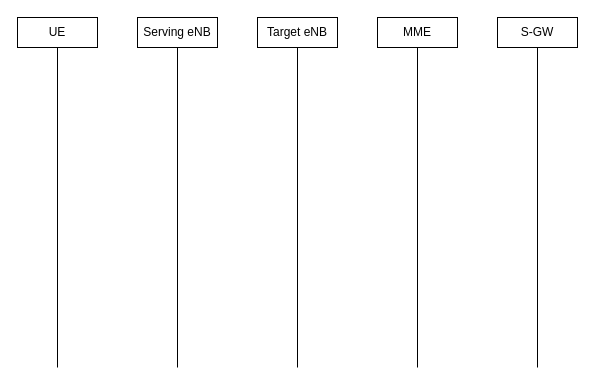
Earlier version of the draw.io diagram screepsweet/4G Diagram.drawio (fajarmhr/drawiodump). Source tidied: cells renumbered, new cells numbered last; positions are measured from the earlier drawing's top-left corner, leaving out a move shared by most shapes. Both pictures are drawn from the tidied source at 100%, with x=0, y=0 at pixel (17, 17).
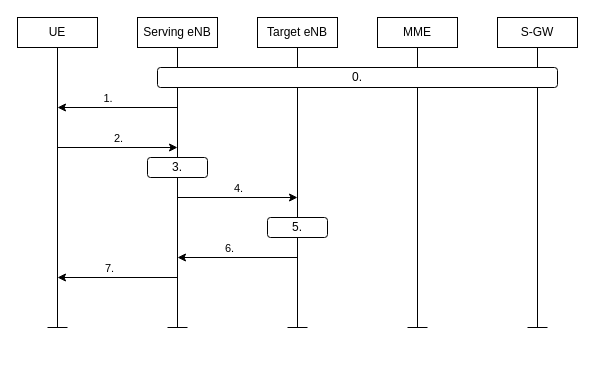
Above is the later version.

The change refers to these unchanged cells:
```xml
<mxCell id="7" value="S-GW" style="rounded=0;whiteSpace=wrap;html=1;" parent="1" vertex="1">
  <mxGeometry x="480" width="80" height="30" as="geometry" />
</mxCell>
```

The edit, as a diff of the source:
```diff
@@
     <mxCell id="2" style="endArrow=none;html=1;rounded=0;" parent="1" edge="1">
       <mxGeometry relative="1" as="geometry">
-        <mxPoint x="40" y="350" as="sourcePoint" />
+        <mxPoint x="40" y="310" as="sourcePoint" />
         <mxPoint x="40" y="30" as="targetPoint" />
       </mxGeometry>
     </mxCell>
     <mxCell id="3" style="endArrow=none;html=1;rounded=0;" parent="1" edge="1">
       <mxGeometry relative="1" as="geometry">
-        <mxPoint x="160" y="350" as="sourcePoint" />
+        <mxPoint x="160" y="310" as="sourcePoint" />
         <mxPoint x="160" y="30" as="targetPoint" />
       </mxGeometry>
     </mxCell>
     <mxCell id="4" style="endArrow=none;html=1;rounded=0;" parent="1" edge="1" target="7">
       <mxGeometry relative="1" as="geometry">
-        <mxPoint x="520" y="350" as="sourcePoint" />
+        <mxPoint x="520" y="310" as="sourcePoint" />
       </mxGeometry>
     </mxCell>
     <mxCell id="5" style="endArrow=none;html=1;rounded=0;" parent="1" edge="1">
       <mxGeometry relative="1" as="geometry">
-        <mxPoint x="400" y="350" as="sourcePoint" />
+        <mxPoint x="400" y="310" as="sourcePoint" />
         <mxPoint x="400" y="30" as="targetPoint" />
       </mxGeometry>
     </mxCell>
     <mxCell id="6" style="endArrow=none;html=1;rounded=0;" parent="1" edge="1">
       <mxGeometry relative="1" as="geometry">
-        <mxPoint x="280" y="350" as="sourcePoint" />
+        <mxPoint x="280" y="310" as="sourcePoint" />
         <mxPoint x="280" y="30" as="targetPoint" />
       </mxGeometry>
     </mxCell>
@@
+    <mxCell id="12" value="0." style="rounded=1;whiteSpace=wrap;html=1;" parent="1" vertex="1">
+      <mxGeometry x="140" y="50" width="400" height="20" as="geometry" />
+    </mxCell>
+    <mxCell id="13" style="endArrow=classic;html=1;rounded=0;" parent="1" edge="1">
+      <mxGeometry relative="1" as="geometry">
+        <mxPoint x="160" y="90" as="sourcePoint" />
+        <mxPoint x="40" y="90" as="targetPoint" />
+      </mxGeometry>
+    </mxCell>
+    <mxCell id="14" value="1.&amp;nbsp;" style="edgeLabel;html=1;align=center;verticalAlign=middle;" parent="13" vertex="1">
+      <mxGeometry x="0.34" y="-1" relative="1" as="geometry">
+        <mxPoint x="11" y="-9" as="offset" />
+      </mxGeometry>
+    </mxCell>
+    <mxCell id="15" style="endArrow=classic;html=1;rounded=0;" parent="1" edge="1">
+      <mxGeometry relative="1" as="geometry">
+        <mxPoint x="40" y="130" as="sourcePoint" />
+        <mxPoint x="160" y="130" as="targetPoint" />
+      </mxGeometry>
+    </mxCell>
+    <mxCell id="16" value="2." style="edgeLabel;html=1;align=center;verticalAlign=middle;" parent="15" vertex="1">
+      <mxGeometry x="0.36" y="-1" relative="1" as="geometry">
+        <mxPoint x="-22" y="-11" as="offset" />
+      </mxGeometry>
+    </mxCell>
+    <mxCell id="17" value="3." style="rounded=1;whiteSpace=wrap;html=1;" parent="1" vertex="1">
+      <mxGeometry x="130" y="140" width="60" height="20" as="geometry" />
+    </mxCell>
+    <mxCell id="18" style="endArrow=classic;html=1;rounded=0;" parent="1" edge="1">
+      <mxGeometry relative="1" as="geometry">
+        <mxPoint x="160" y="180" as="sourcePoint" />
+        <mxPoint x="280" y="180" as="targetPoint" />
+      </mxGeometry>
+    </mxCell>
+    <mxCell id="19" value="4." style="edgeLabel;html=1;align=center;verticalAlign=middle;" parent="18" vertex="1">
+      <mxGeometry x="0.36" y="-1" relative="1" as="geometry">
+        <mxPoint x="-22" y="-11" as="offset" />
+      </mxGeometry>
+    </mxCell>
+    <mxCell id="20" style="endArrow=classic;html=1;rounded=0;" parent="1" edge="1">
+      <mxGeometry relative="1" as="geometry">
+        <mxPoint x="280" y="240" as="sourcePoint" />
+        <mxPoint x="160" y="240" as="targetPoint" />
+      </mxGeometry>
+    </mxCell>
+    <mxCell id="21" value="6." style="edgeLabel;html=1;align=center;verticalAlign=middle;" parent="20" vertex="1">
+      <mxGeometry x="0.34" y="-1" relative="1" as="geometry">
+        <mxPoint x="11" y="-9" as="offset" />
+      </mxGeometry>
+    </mxCell>
+    <mxCell id="22" value="5." style="rounded=1;whiteSpace=wrap;html=1;" parent="1" vertex="1">
+      <mxGeometry x="250" y="200" width="60" height="20" as="geometry" />
+    </mxCell>
+    <mxCell id="23" style="endArrow=classic;html=1;rounded=0;" parent="1" edge="1">
+      <mxGeometry relative="1" as="geometry">
+        <mxPoint x="160" y="260" as="sourcePoint" />
+        <mxPoint x="40" y="260" as="targetPoint" />
+      </mxGeometry>
+    </mxCell>
+    <mxCell id="24" value="7." style="edgeLabel;html=1;align=center;verticalAlign=middle;" parent="23" vertex="1">
+      <mxGeometry x="0.34" y="-1" relative="1" as="geometry">
+        <mxPoint x="11" y="-9" as="offset" />
+      </mxGeometry>
+    </mxCell>
+    <mxCell id="25" style="endArrow=none;html=1;rounded=0;" parent="1" edge="1">
+      <mxGeometry relative="1" as="geometry">
+        <mxPoint x="30" y="310" as="sourcePoint" />
+        <mxPoint x="50" y="310" as="targetPoint" />
+      </mxGeometry>
+    </mxCell>
+    <mxCell id="26" style="endArrow=none;html=1;rounded=0;" parent="1" edge="1">
+      <mxGeometry relative="1" as="geometry">
+        <mxPoint x="150" y="310" as="sourcePoint" />
+        <mxPoint x="170" y="310" as="targetPoint" />
+      </mxGeometry>
+    </mxCell>
+    <mxCell id="27" style="endArrow=none;html=1;rounded=0;" parent="1" edge="1">
+      <mxGeometry relative="1" as="geometry">
+        <mxPoint x="270" y="310" as="sourcePoint" />
+        <mxPoint x="290" y="310" as="targetPoint" />
+      </mxGeometry>
+    </mxCell>
+    <mxCell id="28" style="endArrow=none;html=1;rounded=0;" parent="1" edge="1">
+      <mxGeometry relative="1" as="geometry">
+        <mxPoint x="390" y="310" as="sourcePoint" />
+        <mxPoint x="410" y="310" as="targetPoint" />
+      </mxGeometry>
+    </mxCell>
+    <mxCell id="29" style="endArrow=none;html=1;rounded=0;" parent="1" edge="1">
+      <mxGeometry relative="1" as="geometry">
+        <mxPoint x="510" y="310" as="sourcePoint" />
+        <mxPoint x="530" y="310" as="targetPoint" />
+      </mxGeometry>
+    </mxCell>
```
